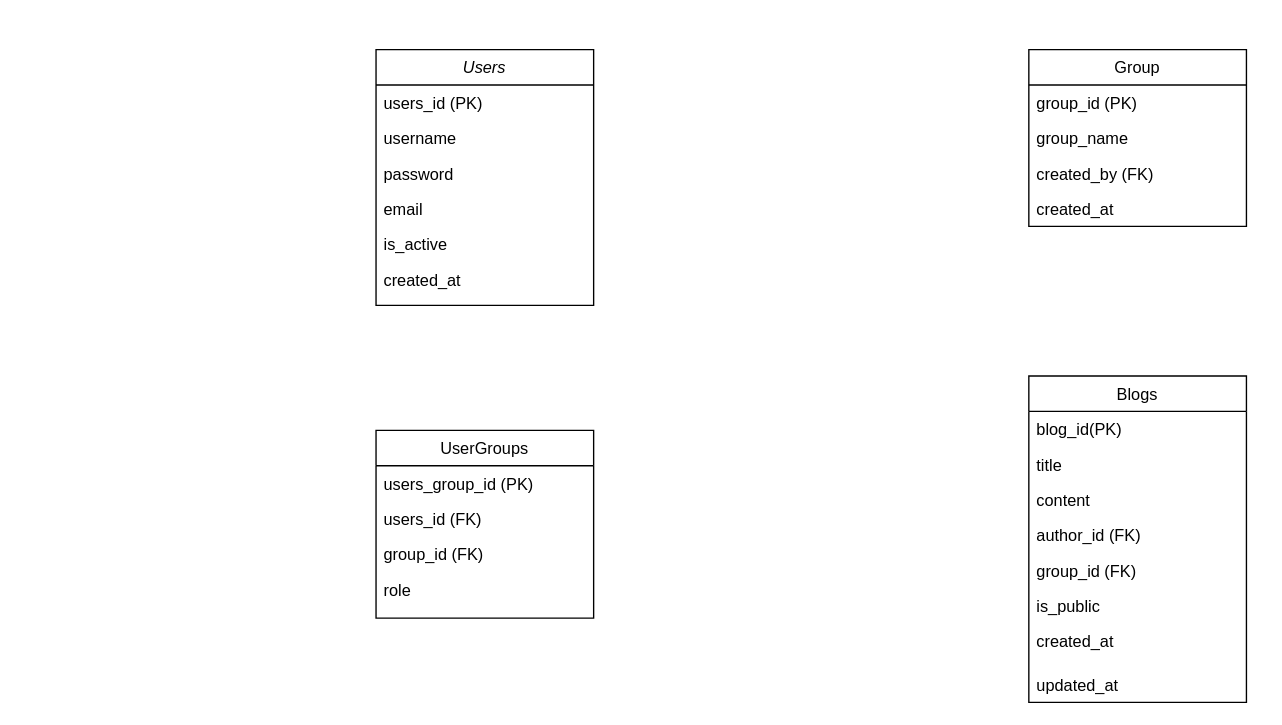
Above: Biểuđồ.drawio in PhuongDaiThang/groupManagement (draw.io), before the change. Source tidied: cells renumbered, new cells numbered last; positions are measured from the earlier drawing's top-left corner, leaving out a move shared by most shapes. Both pictures are drawn from the tidied source at 136%, with x=0, y=0 at pixel (375, 49).
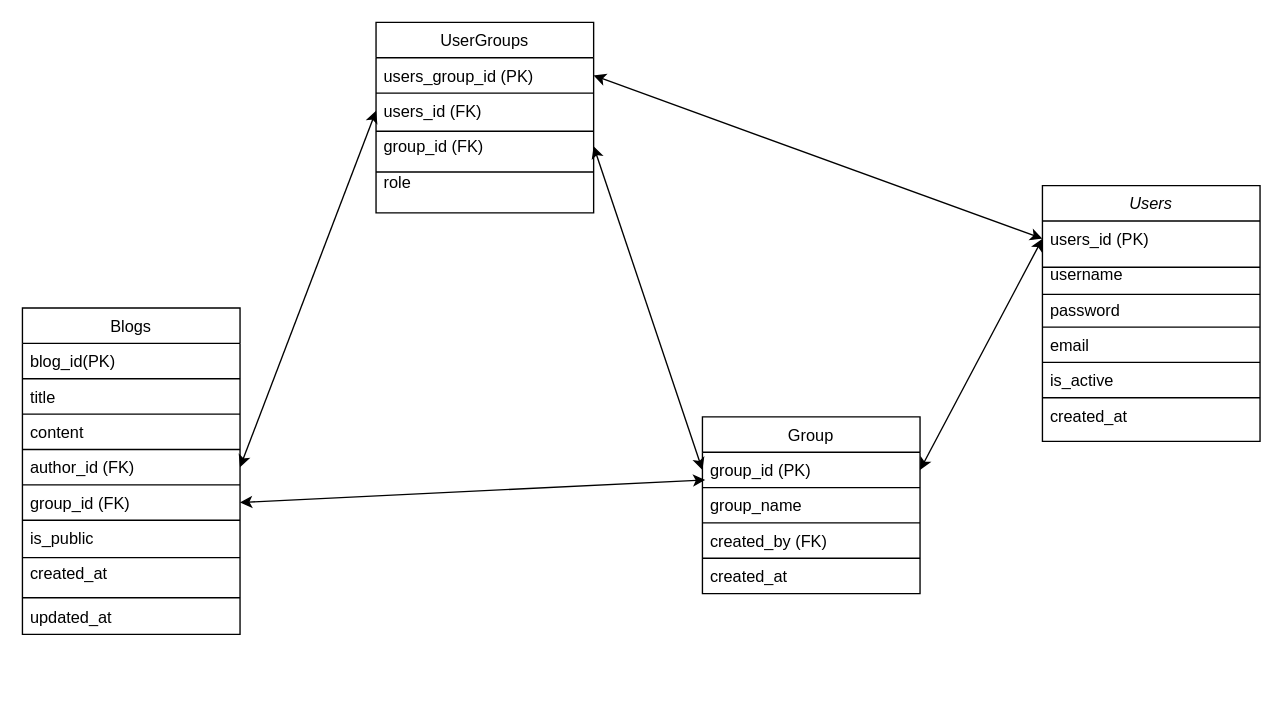
After the change.

Commit message (it also covers changes not shown here):
Cập nhật Biểuđồ.drawio

The change refers to these unchanged cells:
```xml
<mxCell id="3" value="users_id (PK)" style="text;align=left;verticalAlign=top;spacingLeft=4;spacingRight=4;overflow=hidden;points=[[0,0.5],[1,0.5]];portConstraint=eastwest;" parent="2" vertex="1">
  <mxGeometry y="26" width="160" height="26" as="geometry" />
</mxCell>
<mxCell id="10" value="users_group_id (PK)" style="text;align=left;verticalAlign=top;spacingLeft=4;spacingRight=4;overflow=hidden;points=[[0,0.5],[1,0.5]];portConstraint=eastwest;" parent="9" vertex="1">
  <mxGeometry y="26" width="160" height="26" as="geometry" />
</mxCell>
<mxCell id="11" value="users_id (FK)" style="text;align=left;verticalAlign=top;spacingLeft=4;spacingRight=4;overflow=hidden;points=[[0,0.5],[1,0.5]];portConstraint=eastwest;rounded=0;shadow=0;html=0;" parent="9" vertex="1">
  <mxGeometry y="52" width="160" height="26" as="geometry" />
</mxCell>
<mxCell id="12" value="group_id (FK)" style="text;align=left;verticalAlign=top;spacingLeft=4;spacingRight=4;overflow=hidden;points=[[0,0.5],[1,0.5]];portConstraint=eastwest;" parent="9" vertex="1">
  <mxGeometry y="78" width="160" height="26" as="geometry" />
</mxCell>
<mxCell id="18" value="author_id (FK)" style="text;align=left;verticalAlign=top;spacingLeft=4;spacingRight=4;overflow=hidden;points=[[0,0.5],[1,0.5]];portConstraint=eastwest;" parent="14" vertex="1">
  <mxGeometry y="104" width="160" height="26" as="geometry" />
</mxCell>
<mxCell id="19" value="group_id (FK)" style="text;align=left;verticalAlign=top;spacingLeft=4;spacingRight=4;overflow=hidden;points=[[0,0.5],[1,0.5]];portConstraint=eastwest;" parent="14" vertex="1">
  <mxGeometry y="130" width="160" height="26" as="geometry" />
</mxCell>
<mxCell id="24" value="group_id (PK)" style="text;align=left;verticalAlign=top;spacingLeft=4;spacingRight=4;overflow=hidden;points=[[0,0.5],[1,0.5]];portConstraint=eastwest;" parent="23" vertex="1">
  <mxGeometry y="26" width="160" height="26" as="geometry" />
</mxCell>
```

What changed in the source:
```diff
@@
     <mxCell id="2" value="Users" style="swimlane;fontStyle=2;align=center;verticalAlign=top;horizontal=1;startSize=26;rounded=0;shadow=0;strokeWidth=1;" parent="1" vertex="1">
-      <mxGeometry width="160" height="188" as="geometry" />
+      <mxGeometry x="490" y="100" width="160" height="188" as="geometry" />
     </mxCell>
@@
+    <mxCell id="28" style="endArrow=none;html=1;rounded=0;" parent="2" edge="1">
+      <mxGeometry relative="1" as="geometry">
+        <mxPoint y="60" as="sourcePoint" />
+        <mxPoint x="160" y="60" as="targetPoint" />
+      </mxGeometry>
+    </mxCell>
@@
+    <mxCell id="29" style="endArrow=none;html=1;rounded=0;" parent="2" edge="1">
+      <mxGeometry relative="1" as="geometry">
+        <mxPoint y="80" as="sourcePoint" />
+        <mxPoint x="160" y="80" as="targetPoint" />
+      </mxGeometry>
+    </mxCell>
@@
+    <mxCell id="30" style="endArrow=none;html=1;rounded=0;" parent="2" edge="1">
+      <mxGeometry relative="1" as="geometry">
+        <mxPoint y="104" as="sourcePoint" />
+        <mxPoint x="160" y="104" as="targetPoint" />
+      </mxGeometry>
+    </mxCell>
@@
+    <mxCell id="31" style="endArrow=none;html=1;rounded=0;" parent="2" edge="1">
+      <mxGeometry relative="1" as="geometry">
+        <mxPoint y="130" as="sourcePoint" />
+        <mxPoint x="160" y="130" as="targetPoint" />
+      </mxGeometry>
+    </mxCell>
@@
+    <mxCell id="32" style="endArrow=none;html=1;rounded=0;" parent="2" edge="1">
+      <mxGeometry relative="1" as="geometry">
+        <mxPoint y="156" as="sourcePoint" />
+        <mxPoint x="160" y="156" as="targetPoint" />
+      </mxGeometry>
+    </mxCell>
@@
     <mxCell id="9" value="UserGroups" style="swimlane;fontStyle=0;align=center;verticalAlign=top;horizontal=1;startSize=26;rounded=0;shadow=0;strokeWidth=1;" parent="1" vertex="1">
-      <mxGeometry y="280" width="160" height="138" as="geometry" />
+      <mxGeometry y="-20" width="160" height="140" as="geometry" />
     </mxCell>
@@
+    <mxCell id="33" style="endArrow=none;html=1;rounded=0;" parent="9" edge="1">
+      <mxGeometry relative="1" as="geometry">
+        <mxPoint y="52" as="sourcePoint" />
+        <mxPoint x="160" y="52" as="targetPoint" />
+        <Array as="points">
+          <mxPoint x="80" y="52" />
+        </Array>
+      </mxGeometry>
+    </mxCell>
@@
+    <mxCell id="34" style="endArrow=none;html=1;rounded=0;" parent="9" edge="1">
+      <mxGeometry relative="1" as="geometry">
+        <mxPoint y="80" as="sourcePoint" />
+        <mxPoint x="160" y="80" as="targetPoint" />
+      </mxGeometry>
+    </mxCell>
@@
+    <mxCell id="35" style="endArrow=none;html=1;rounded=0;" parent="9" edge="1">
+      <mxGeometry relative="1" as="geometry">
+        <mxPoint y="110" as="sourcePoint" />
+        <mxPoint x="160" y="110" as="targetPoint" />
+      </mxGeometry>
+    </mxCell>
     <mxCell id="13" value="role" style="text;align=left;verticalAlign=top;spacingLeft=4;spacingRight=4;overflow=hidden;" parent="9" vertex="1">
-      <mxGeometry y="104" width="160" height="26" as="geometry" />
+      <mxGeometry y="104" width="160" height="14" as="geometry" />
     </mxCell>
     <mxCell id="14" value="Blogs" style="swimlane;fontStyle=0;align=center;verticalAlign=top;horizontal=1;startSize=26;rounded=0;shadow=0;strokeWidth=1;" parent="1" vertex="1">
-      <mxGeometry x="480" y="240" width="160" height="240" as="geometry" />
+      <mxGeometry x="-260" y="190" width="160" height="240" as="geometry" />
     </mxCell>
@@
+    <mxCell id="36" style="endArrow=none;html=1;rounded=0;" parent="14" edge="1">
+      <mxGeometry relative="1" as="geometry">
+        <mxPoint y="52" as="sourcePoint" />
+        <mxPoint x="160" y="52" as="targetPoint" />
+      </mxGeometry>
+    </mxCell>
@@
+    <mxCell id="37" style="endArrow=none;html=1;rounded=0;" parent="14" edge="1">
+      <mxGeometry relative="1" as="geometry">
+        <mxPoint y="78" as="sourcePoint" />
+        <mxPoint x="160" y="78" as="targetPoint" />
+      </mxGeometry>
+    </mxCell>
@@
+    <mxCell id="38" style="endArrow=none;html=1;rounded=0;" parent="14" edge="1">
+      <mxGeometry relative="1" as="geometry">
+        <mxPoint y="104" as="sourcePoint" />
+        <mxPoint x="160" y="104" as="targetPoint" />
+      </mxGeometry>
+    </mxCell>
@@
+    <mxCell id="39" style="endArrow=none;html=1;rounded=0;" parent="14" edge="1">
+      <mxGeometry relative="1" as="geometry">
+        <mxPoint y="130" as="sourcePoint" />
+        <mxPoint x="160" y="130" as="targetPoint" />
+      </mxGeometry>
+    </mxCell>
@@
+    <mxCell id="40" style="endArrow=none;html=1;rounded=0;" parent="14" edge="1">
+      <mxGeometry relative="1" as="geometry">
+        <mxPoint y="156" as="sourcePoint" />
+        <mxPoint x="160" y="156" as="targetPoint" />
+      </mxGeometry>
+    </mxCell>
@@
+    <mxCell id="41" style="endArrow=none;html=1;rounded=0;" parent="14" edge="1">
+      <mxGeometry relative="1" as="geometry">
+        <mxPoint y="183.5" as="sourcePoint" />
+        <mxPoint x="160" y="183.5" as="targetPoint" />
+      </mxGeometry>
+    </mxCell>
@@
+    <mxCell id="42" style="endArrow=none;html=1;rounded=0;" parent="14" edge="1">
+      <mxGeometry relative="1" as="geometry">
+        <mxPoint y="213" as="sourcePoint" />
+        <mxPoint x="160" y="213" as="targetPoint" />
+      </mxGeometry>
+    </mxCell>
@@
     <mxCell id="23" value="Group" style="swimlane;fontStyle=0;align=center;verticalAlign=top;horizontal=1;startSize=26;rounded=0;shadow=0;strokeWidth=1;" parent="1" vertex="1">
-      <mxGeometry x="480" width="160" height="130" as="geometry" />
+      <mxGeometry x="240" y="270" width="160" height="130" as="geometry" />
     </mxCell>
@@
+    <mxCell id="43" style="endArrow=none;html=1;rounded=0;" parent="23" edge="1">
+      <mxGeometry relative="1" as="geometry">
+        <mxPoint y="52" as="sourcePoint" />
+        <mxPoint x="160" y="52" as="targetPoint" />
+      </mxGeometry>
+    </mxCell>
@@
+    <mxCell id="44" style="endArrow=none;html=1;rounded=0;" parent="23" edge="1">
+      <mxGeometry relative="1" as="geometry">
+        <mxPoint y="78" as="sourcePoint" />
+        <mxPoint x="160" y="78" as="targetPoint" />
+      </mxGeometry>
+    </mxCell>
@@
+    <mxCell id="45" style="endArrow=none;html=1;rounded=0;" parent="23" edge="1">
+      <mxGeometry relative="1" as="geometry">
+        <mxPoint y="104" as="sourcePoint" />
+        <mxPoint x="160" y="104" as="targetPoint" />
+      </mxGeometry>
+    </mxCell>
@@
+    <mxCell id="46" style="endArrow=classic;startArrow=classic;html=1;rounded=0;entryX=0;entryY=0.5;entryDx=0;entryDy=0;exitX=1;exitY=0.5;exitDx=0;exitDy=0;" parent="1" edge="1" source="10" target="3">
+      <mxGeometry relative="1" as="geometry" />
+    </mxCell>
+    <mxCell id="47" style="endArrow=classic;startArrow=classic;html=1;rounded=0;entryX=0;entryY=0.5;entryDx=0;entryDy=0;exitX=1;exitY=0.5;exitDx=0;exitDy=0;" parent="1" edge="1" source="24" target="3">
+      <mxGeometry relative="1" as="geometry" />
+    </mxCell>
+    <mxCell id="48" style="endArrow=classic;startArrow=classic;html=1;rounded=0;entryX=1;entryY=0.5;entryDx=0;entryDy=0;exitX=0;exitY=0.5;exitDx=0;exitDy=0;" parent="1" edge="1" source="24" target="12">
+      <mxGeometry relative="1" as="geometry" />
+    </mxCell>
+    <mxCell id="49" style="endArrow=classic;startArrow=classic;html=1;rounded=0;entryX=1;entryY=0.5;entryDx=0;entryDy=0;exitX=0.013;exitY=0.785;exitDx=0;exitDy=0;exitPerimeter=0;" parent="1" edge="1" source="24" target="19">
+      <mxGeometry relative="1" as="geometry" />
+    </mxCell>
+    <mxCell id="50" style="endArrow=classic;startArrow=classic;html=1;rounded=0;entryX=0;entryY=0.5;entryDx=0;entryDy=0;exitX=1;exitY=0.5;exitDx=0;exitDy=0;" parent="1" edge="1" source="18" target="11">
+      <mxGeometry relative="1" as="geometry" />
+    </mxCell>
```
